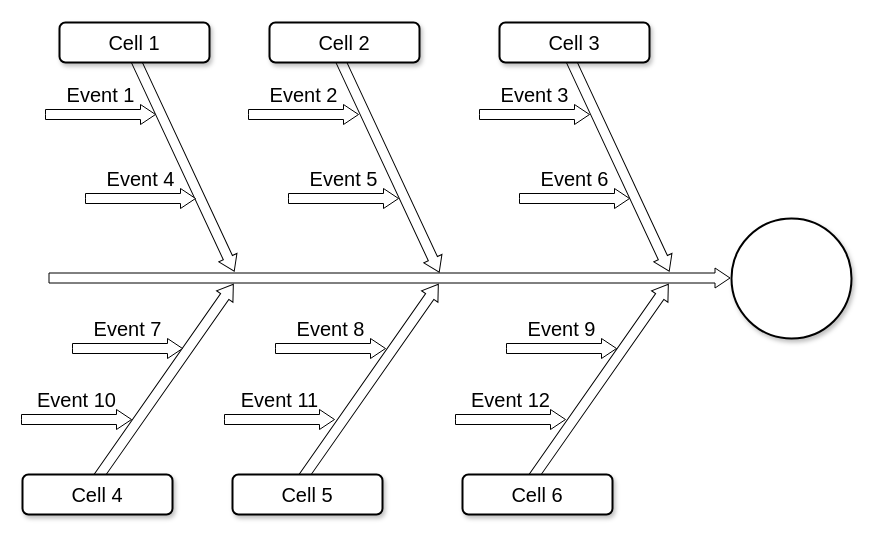
Before: Allan Diagram.drawio in DragonX73/DragonX73, a draw.io diagram. Source tidied: cells renumbered, new cells numbered last; positions are measured from the earlier drawing's top-left corner, leaving out a move shared by most shapes. Both pictures are drawn from the tidied source at 100%, with x=0, y=0 at pixel (22, -63).
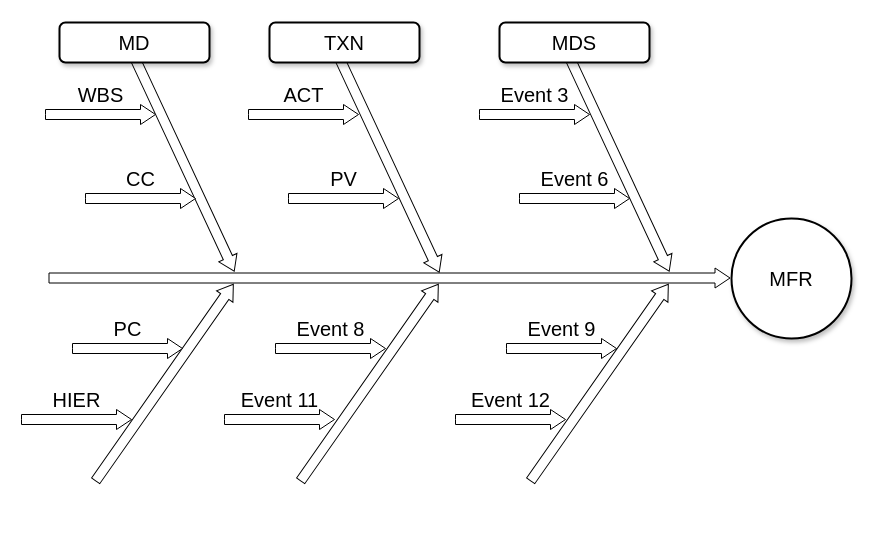
Above is the later version.

Diff of the diagram source:
```diff
@@
-    <mxCell id="9" value="Cell 1" style="rounded=1;whiteSpace=wrap;html=1;shadow=1;strokeWidth=2;fontSize=20;" parent="1" vertex="1">
+    <mxCell id="9" value="MD" style="rounded=1;whiteSpace=wrap;html=1;shadow=1;strokeWidth=2;fontSize=20;" parent="1" vertex="1">
       <mxGeometry x="37" y="85" width="150" height="40" as="geometry" />
     </mxCell>
-    <mxCell id="10" value="Cell 2" style="rounded=1;whiteSpace=wrap;html=1;shadow=1;strokeWidth=2;fontSize=20;" parent="1" vertex="1">
+    <mxCell id="10" value="TXN" style="rounded=1;whiteSpace=wrap;html=1;shadow=1;strokeWidth=2;fontSize=20;" parent="1" vertex="1">
       <mxGeometry x="247" y="85" width="150" height="40" as="geometry" />
     </mxCell>
-    <mxCell id="11" value="Cell 3" style="rounded=1;whiteSpace=wrap;html=1;shadow=1;strokeWidth=2;fontSize=20;" parent="1" vertex="1">
+    <mxCell id="11" value="MDS" style="rounded=1;whiteSpace=wrap;html=1;shadow=1;strokeWidth=2;fontSize=20;" parent="1" vertex="1">
       <mxGeometry x="477" y="85" width="150" height="40" as="geometry" />
     </mxCell>
-    <mxCell id="12" value="Cell 4" style="rounded=1;whiteSpace=wrap;html=1;shadow=1;strokeWidth=2;fontSize=20;" parent="1" vertex="1">
-      <mxGeometry y="537" width="150" height="40" as="geometry" />
-    </mxCell>
-    <mxCell id="13" value="Cell 5" style="rounded=1;whiteSpace=wrap;html=1;shadow=1;strokeWidth=2;fontSize=20;" parent="1" vertex="1">
-      <mxGeometry x="210" y="537" width="150" height="40" as="geometry" />
-    </mxCell>
-    <mxCell id="14" value="Cell 6" style="rounded=1;whiteSpace=wrap;html=1;shadow=1;strokeWidth=2;fontSize=20;" parent="1" vertex="1">
-      <mxGeometry x="440" y="537" width="150" height="40" as="geometry" />
-    </mxCell>
-    <mxCell id="15" style="ellipse;whiteSpace=wrap;html=1;rounded=1;shadow=1;strokeWidth=2;fontSize=20;" parent="1" vertex="1">
+    <mxCell id="15" value="MFR" style="ellipse;whiteSpace=wrap;html=1;rounded=1;shadow=1;strokeWidth=2;fontSize=20;" parent="1" vertex="1">
       <mxGeometry x="709" y="281" width="120" height="120" as="geometry" />
     </mxCell>
-    <mxCell id="16" value="Event 1" style="html=1;shadow=0;dashed=0;align=center;verticalAlign=middle;shape=mxgraph.arrows2.arrow;dy=0.5;dx=15;direction=north;notch=0;rounded=0;strokeWidth=1;fontSize=20;rotation=90;horizontal=0;labelPosition=left;verticalLabelPosition=middle;" parent="1" vertex="1">
+    <mxCell id="16" value="WBS" style="html=1;shadow=0;dashed=0;align=center;verticalAlign=middle;shape=mxgraph.arrows2.arrow;dy=0.5;dx=15;direction=north;notch=0;rounded=0;strokeWidth=1;fontSize=20;rotation=90;horizontal=0;labelPosition=left;verticalLabelPosition=middle;" parent="1" vertex="1">
       <mxGeometry x="68" y="122" width="20" height="110" as="geometry" />
     </mxCell>
-    <mxCell id="17" value="Event 2" style="html=1;shadow=0;dashed=0;align=center;verticalAlign=middle;shape=mxgraph.arrows2.arrow;dy=0.5;dx=15;direction=north;notch=0;rounded=0;strokeWidth=1;fontSize=20;rotation=90;horizontal=0;labelPosition=left;verticalLabelPosition=middle;" parent="1" vertex="1">
+    <mxCell id="17" value="ACT" style="html=1;shadow=0;dashed=0;align=center;verticalAlign=middle;shape=mxgraph.arrows2.arrow;dy=0.5;dx=15;direction=north;notch=0;rounded=0;strokeWidth=1;fontSize=20;rotation=90;horizontal=0;labelPosition=left;verticalLabelPosition=middle;" parent="1" vertex="1">
       <mxGeometry x="271" y="122" width="20" height="110" as="geometry" />
     </mxCell>
@@
-    <mxCell id="19" value="Event 10" style="html=1;shadow=0;dashed=0;align=center;verticalAlign=middle;shape=mxgraph.arrows2.arrow;dy=0.5;dx=15;direction=north;notch=0;rounded=0;strokeWidth=1;fontSize=20;rotation=90;horizontal=0;labelPosition=left;verticalLabelPosition=middle;" parent="1" vertex="1">
+    <mxCell id="19" value="HIER" style="html=1;shadow=0;dashed=0;align=center;verticalAlign=middle;shape=mxgraph.arrows2.arrow;dy=0.5;dx=15;direction=north;notch=0;rounded=0;strokeWidth=1;fontSize=20;rotation=90;horizontal=0;labelPosition=left;verticalLabelPosition=middle;" parent="1" vertex="1">
       <mxGeometry x="44" y="427" width="20" height="110" as="geometry" />
     </mxCell>
@@
-    <mxCell id="22" value="Event 4" style="html=1;shadow=0;dashed=0;align=center;verticalAlign=middle;shape=mxgraph.arrows2.arrow;dy=0.5;dx=15;direction=north;notch=0;rounded=0;strokeWidth=1;fontSize=20;rotation=90;horizontal=0;labelPosition=left;verticalLabelPosition=middle;" parent="1" vertex="1">
+    <mxCell id="22" value="CC" style="html=1;shadow=0;dashed=0;align=center;verticalAlign=middle;shape=mxgraph.arrows2.arrow;dy=0.5;dx=15;direction=north;notch=0;rounded=0;strokeWidth=1;fontSize=20;rotation=90;horizontal=0;labelPosition=left;verticalLabelPosition=middle;" parent="1" vertex="1">
       <mxGeometry x="108" y="206" width="20" height="110" as="geometry" />
     </mxCell>
-    <mxCell id="23" value="Event 5" style="html=1;shadow=0;dashed=0;align=center;verticalAlign=middle;shape=mxgraph.arrows2.arrow;dy=0.5;dx=15;direction=north;notch=0;rounded=0;strokeWidth=1;fontSize=20;rotation=90;horizontal=0;labelPosition=left;verticalLabelPosition=middle;" parent="1" vertex="1">
+    <mxCell id="23" value="PV" style="html=1;shadow=0;dashed=0;align=center;verticalAlign=middle;shape=mxgraph.arrows2.arrow;dy=0.5;dx=15;direction=north;notch=0;rounded=0;strokeWidth=1;fontSize=20;rotation=90;horizontal=0;labelPosition=left;verticalLabelPosition=middle;" parent="1" vertex="1">
       <mxGeometry x="311" y="206" width="20" height="110" as="geometry" />
     </mxCell>
@@
-    <mxCell id="25" value="Event 7" style="html=1;shadow=0;dashed=0;align=center;verticalAlign=middle;shape=mxgraph.arrows2.arrow;dy=0.5;dx=15;direction=north;notch=0;rounded=0;strokeWidth=1;fontSize=20;rotation=90;horizontal=0;labelPosition=left;verticalLabelPosition=middle;" parent="1" vertex="1">
+    <mxCell id="25" value="PC" style="html=1;shadow=0;dashed=0;align=center;verticalAlign=middle;shape=mxgraph.arrows2.arrow;dy=0.5;dx=15;direction=north;notch=0;rounded=0;strokeWidth=1;fontSize=20;rotation=90;horizontal=0;labelPosition=left;verticalLabelPosition=middle;" parent="1" vertex="1">
       <mxGeometry x="95" y="356" width="20" height="110" as="geometry" />
     </mxCell>
```
